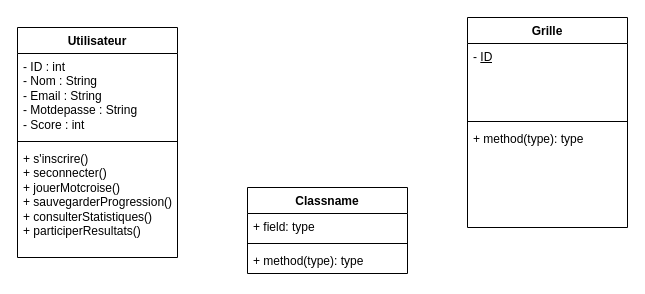
Before: Diagramme de classe.drawio in Kimii01/Mot-crois-e-apk, a draw.io diagram. Source tidied: cells renumbered, new cells numbered last; positions are measured from the earlier drawing's top-left corner, leaving out a move shared by most shapes. Both pictures are drawn from the tidied source at 100%, with x=0, y=0 at pixel (17, 17).
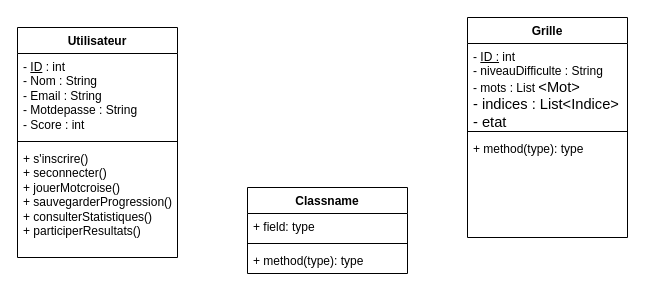
Above is the later version.

Commit message (it also covers changes not shown here):
Mettre à jour Diagramme de classe.drawio

Diff of the diagram source:
```diff
@@
 <mxGraphModel>
   <root>
     <mxCell id="0" />
     <mxCell id="1" parent="0" />
     <mxCell id="2" value="Utilisateur" style="swimlane;fontStyle=1;align=center;verticalAlign=top;horizontal=1;startSize=26;whiteSpace=wrap;html=1;" parent="1" vertex="1">
       <mxGeometry y="10" width="160" height="230" as="geometry" />
     </mxCell>
-    <mxCell id="3" value="- ID : int&lt;div&gt;- Nom : String&lt;/div&gt;&lt;div&gt;- Email : String&lt;/div&gt;&lt;div&gt;- Motdepasse : String&lt;/div&gt;&lt;div&gt;- Score : int&lt;/div&gt;&lt;div&gt;&lt;br&gt;&lt;div&gt;&lt;br&gt;&lt;/div&gt;&lt;/div&gt;" style="text;strokeColor=none;fillColor=none;align=left;verticalAlign=top;spacingLeft=4;spacingRight=4;overflow=hidden;whiteSpace=wrap;html=1;" parent="2" vertex="1">
+    <mxCell id="3" value="- &lt;u&gt;ID&lt;/u&gt; : int&lt;div&gt;- Nom : String&lt;/div&gt;&lt;div&gt;- Email : String&lt;/div&gt;&lt;div&gt;- Motdepasse : String&lt;/div&gt;&lt;div&gt;- Score : int&lt;/div&gt;&lt;div&gt;&lt;br&gt;&lt;div&gt;&lt;br&gt;&lt;/div&gt;&lt;/div&gt;" style="text;strokeColor=none;fillColor=none;align=left;verticalAlign=top;spacingLeft=4;spacingRight=4;overflow=hidden;whiteSpace=wrap;html=1;" parent="2" vertex="1">
       <mxGeometry y="26" width="160" height="84" as="geometry" />
     </mxCell>
     <mxCell id="4" style="line;strokeWidth=1;fillColor=none;align=left;verticalAlign=middle;spacingTop=-1;spacingLeft=3;spacingRight=3;labelPosition=right;strokeColor=inherit;" parent="2" vertex="1">
       <mxGeometry y="110" width="160" height="8" as="geometry" />
     </mxCell>
     <mxCell id="5" value="+ s'inscrire()&lt;div&gt;+ seconnecter()&lt;/div&gt;&lt;div&gt;+ jouerMotcroise()&lt;/div&gt;&lt;div&gt;+ sauvegarderProgression()&lt;/div&gt;&lt;div&gt;+ consulterStatistiques()&lt;/div&gt;&lt;div&gt;+ participerResultats()&lt;/div&gt;&lt;div&gt;&lt;br&gt;&lt;/div&gt;" style="text;strokeColor=none;fillColor=none;align=left;verticalAlign=top;spacingLeft=4;spacingRight=4;overflow=hidden;whiteSpace=wrap;html=1;" parent="2" vertex="1">
       <mxGeometry y="118" width="160" height="112" as="geometry" />
     </mxCell>
     <mxCell id="6" value="Classname" style="swimlane;fontStyle=1;align=center;verticalAlign=top;horizontal=1;startSize=26;whiteSpace=wrap;html=1;" parent="1" vertex="1">
       <mxGeometry x="230" y="170" width="160" height="86" as="geometry" />
     </mxCell>
     <mxCell id="7" value="+ field: type" style="text;strokeColor=none;fillColor=none;align=left;verticalAlign=top;spacingLeft=4;spacingRight=4;overflow=hidden;whiteSpace=wrap;html=1;" parent="6" vertex="1">
       <mxGeometry y="26" width="160" height="26" as="geometry" />
     </mxCell>
     <mxCell id="8" style="line;strokeWidth=1;fillColor=none;align=left;verticalAlign=middle;spacingTop=-1;spacingLeft=3;spacingRight=3;labelPosition=right;strokeColor=inherit;" parent="6" vertex="1">
       <mxGeometry y="52" width="160" height="8" as="geometry" />
     </mxCell>
     <mxCell id="9" value="+ method(type): type" style="text;strokeColor=none;fillColor=none;align=left;verticalAlign=top;spacingLeft=4;spacingRight=4;overflow=hidden;whiteSpace=wrap;html=1;" parent="6" vertex="1">
       <mxGeometry y="60" width="160" height="26" as="geometry" />
     </mxCell>
     <mxCell id="10" value="Grille" style="swimlane;fontStyle=1;align=center;verticalAlign=top;horizontal=1;startSize=26;whiteSpace=wrap;html=1;" parent="1" vertex="1">
-      <mxGeometry x="450" width="160" height="210" as="geometry" />
+      <mxGeometry x="450" width="160" height="220" as="geometry" />
     </mxCell>
-    <mxCell id="11" value="- &lt;u&gt;ID&lt;/u&gt;" style="text;strokeColor=none;fillColor=none;align=left;verticalAlign=top;spacingLeft=4;spacingRight=4;overflow=hidden;whiteSpace=wrap;html=1;" parent="10" vertex="1">
-      <mxGeometry y="26" width="160" height="74" as="geometry" />
+    <mxCell id="11" value="- &lt;u&gt;ID :&lt;/u&gt;&amp;nbsp;int&lt;div&gt;- niveauDifficulte : String&lt;/div&gt;&lt;div&gt;- mots : List&amp;nbsp;&lt;span style=&quot;font-family: Calibri, sans-serif; font-size: 11pt; background-color: transparent; color: light-dark(rgb(0, 0, 0), rgb(255, 255, 255));&quot;&gt;&amp;lt;Mot&lt;/span&gt;&lt;span style=&quot;font-family: Calibri, sans-serif; font-size: 11pt; background-color: transparent; color: light-dark(rgb(0, 0, 0), rgb(255, 255, 255));&quot;&gt;&amp;gt;&lt;/span&gt;&lt;/div&gt;&lt;div&gt;&lt;span style=&quot;font-family: Calibri, sans-serif; font-size: 11pt; background-color: transparent; color: light-dark(rgb(0, 0, 0), rgb(255, 255, 255));&quot;&gt;- indices : List&lt;/span&gt;&lt;span style=&quot;font-family: Calibri, sans-serif; font-size: 11pt; background-color: transparent; color: light-dark(rgb(0, 0, 0), rgb(255, 255, 255));&quot;&gt;&amp;lt;Indice&lt;/span&gt;&lt;span style=&quot;font-family: Calibri, sans-serif; font-size: 11pt; background-color: transparent; color: light-dark(rgb(0, 0, 0), rgb(255, 255, 255));&quot;&gt;&amp;gt;&lt;/span&gt;&lt;span style=&quot;font-family: Calibri, sans-serif; font-size: 11pt; background-color: transparent; color: light-dark(rgb(0, 0, 0), rgb(255, 255, 255));&quot;&gt;&lt;br&gt;&lt;/span&gt;&lt;/div&gt;&lt;div&gt;&lt;span style=&quot;font-family: Calibri, sans-serif; font-size: 11pt; background-color: transparent; color: light-dark(rgb(0, 0, 0), rgb(255, 255, 255));&quot;&gt;- etat&lt;/span&gt;&lt;/div&gt;" style="text;strokeColor=none;fillColor=none;align=left;verticalAlign=top;spacingLeft=4;spacingRight=4;overflow=hidden;whiteSpace=wrap;html=1;" parent="10" vertex="1">
+      <mxGeometry y="26" width="160" height="84" as="geometry" />
     </mxCell>
     <mxCell id="12" style="line;strokeWidth=1;fillColor=none;align=left;verticalAlign=middle;spacingTop=-1;spacingLeft=3;spacingRight=3;labelPosition=right;strokeColor=inherit;" parent="10" vertex="1">
-      <mxGeometry y="100" width="160" height="8" as="geometry" />
+      <mxGeometry y="110" width="160" height="8" as="geometry" />
     </mxCell>
     <mxCell id="13" value="+ method(type): type" style="text;strokeColor=none;fillColor=none;align=left;verticalAlign=top;spacingLeft=4;spacingRight=4;overflow=hidden;whiteSpace=wrap;html=1;" parent="10" vertex="1">
-      <mxGeometry y="108" width="160" height="102" as="geometry" />
+      <mxGeometry y="118" width="160" height="102" as="geometry" />
     </mxCell>
   </root>
 </mxGraphModel>
```
